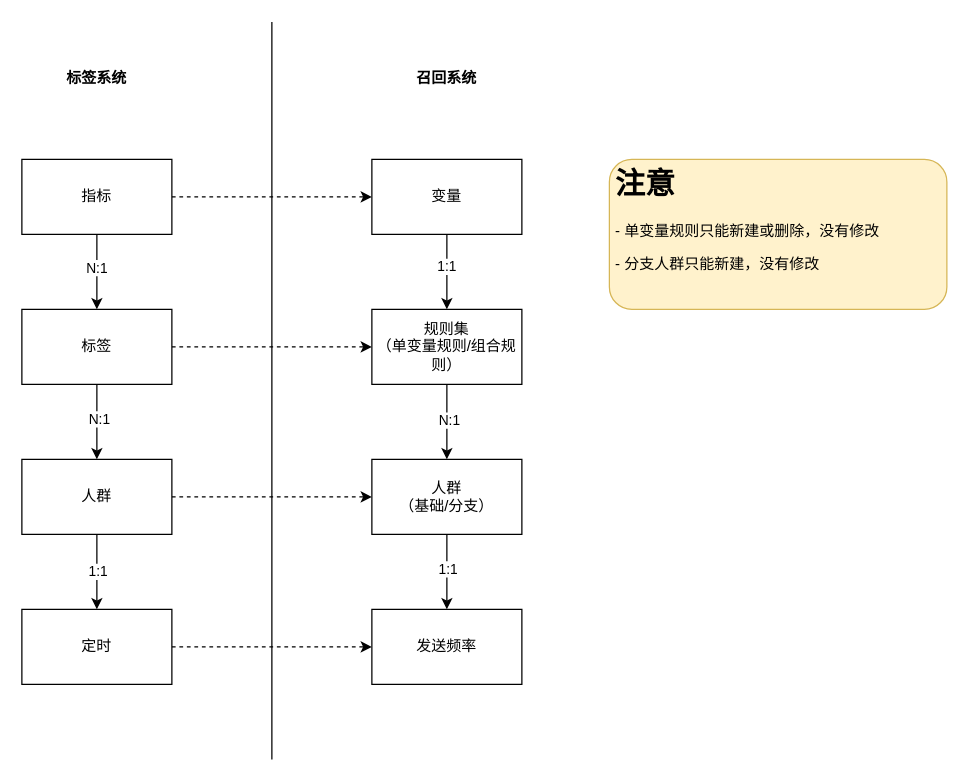
The draw.io diagram page "标签与召回模型关系" (1 of 6) of 运营决策系统设计.drawio in ABIN-DS/flowchart, before the edit. Source tidied: cells renumbered, new cells numbered last; positions are measured from the earlier drawing's top-left corner, leaving out a move shared by most shapes. Both pictures are drawn from the tidied source at 125%, with x=0, y=0 at pixel (21, 21).
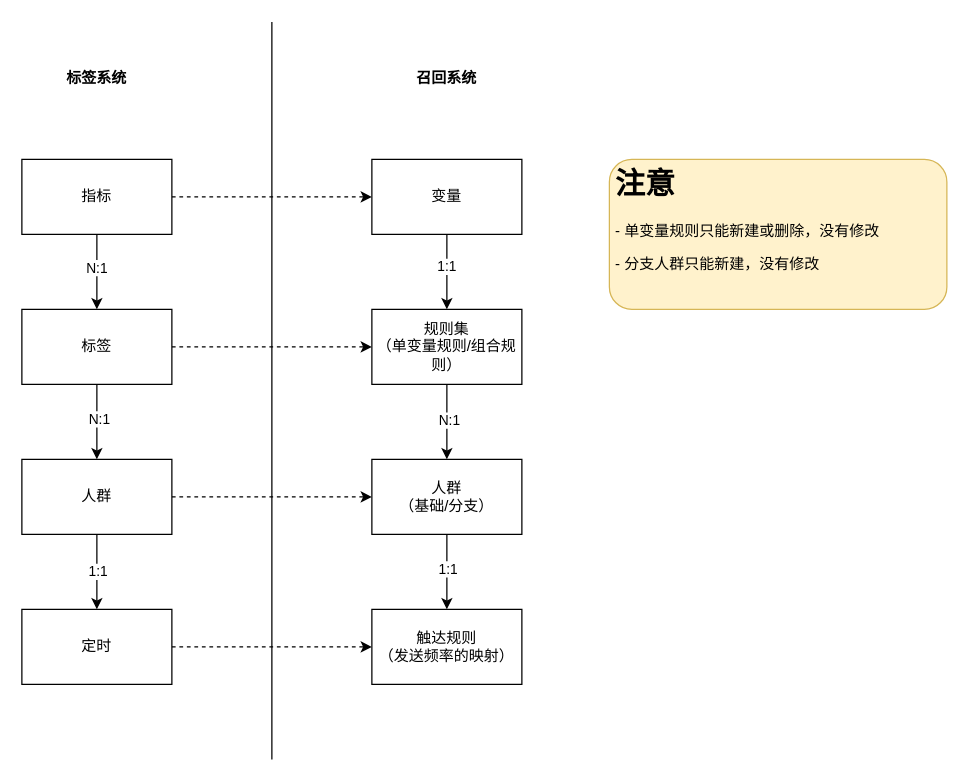
The same diagram, later.

Change to the diagram source:
```diff
@@
-    <mxCell id="25" value="发送频率" style="rounded=0;whiteSpace=wrap;html=1;" parent="1" vertex="1">
+    <mxCell id="25" value="触达规则&lt;br&gt;（发送频率的映射）" style="rounded=0;whiteSpace=wrap;html=1;" parent="1" vertex="1">
       <mxGeometry x="280" y="470" width="120" height="60" as="geometry" />
     </mxCell>
```
